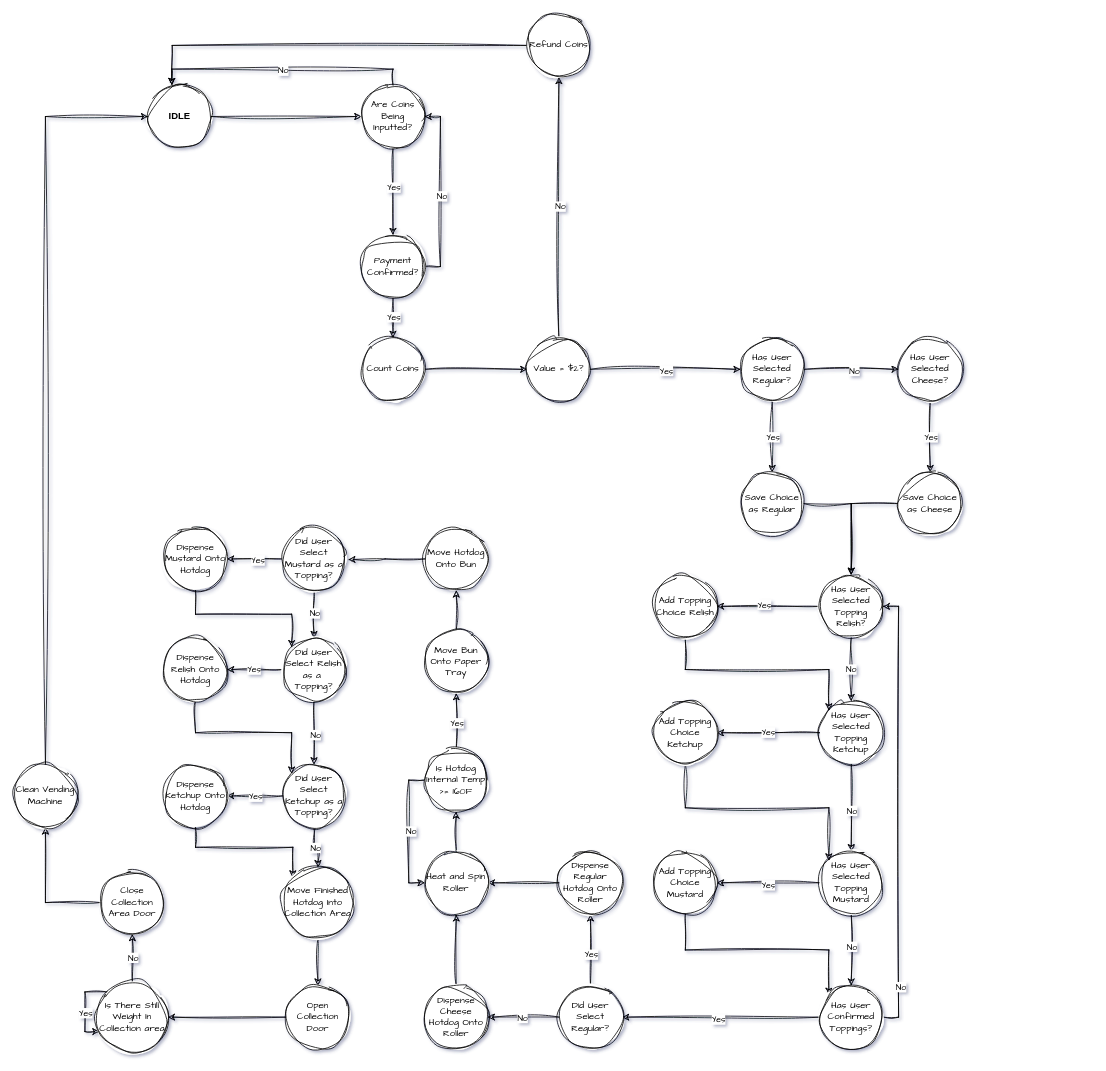
The draw.io diagram FSM.drawio in Hepodon/22204Phoenix, before the edit. Source tidied: cells renumbered, new cells numbered last; positions are measured from the earlier drawing's top-left corner, leaving out a move shared by most shapes. Both pictures are drawn from the tidied source at 79%, with x=0, y=0 at pixel (13, 13).
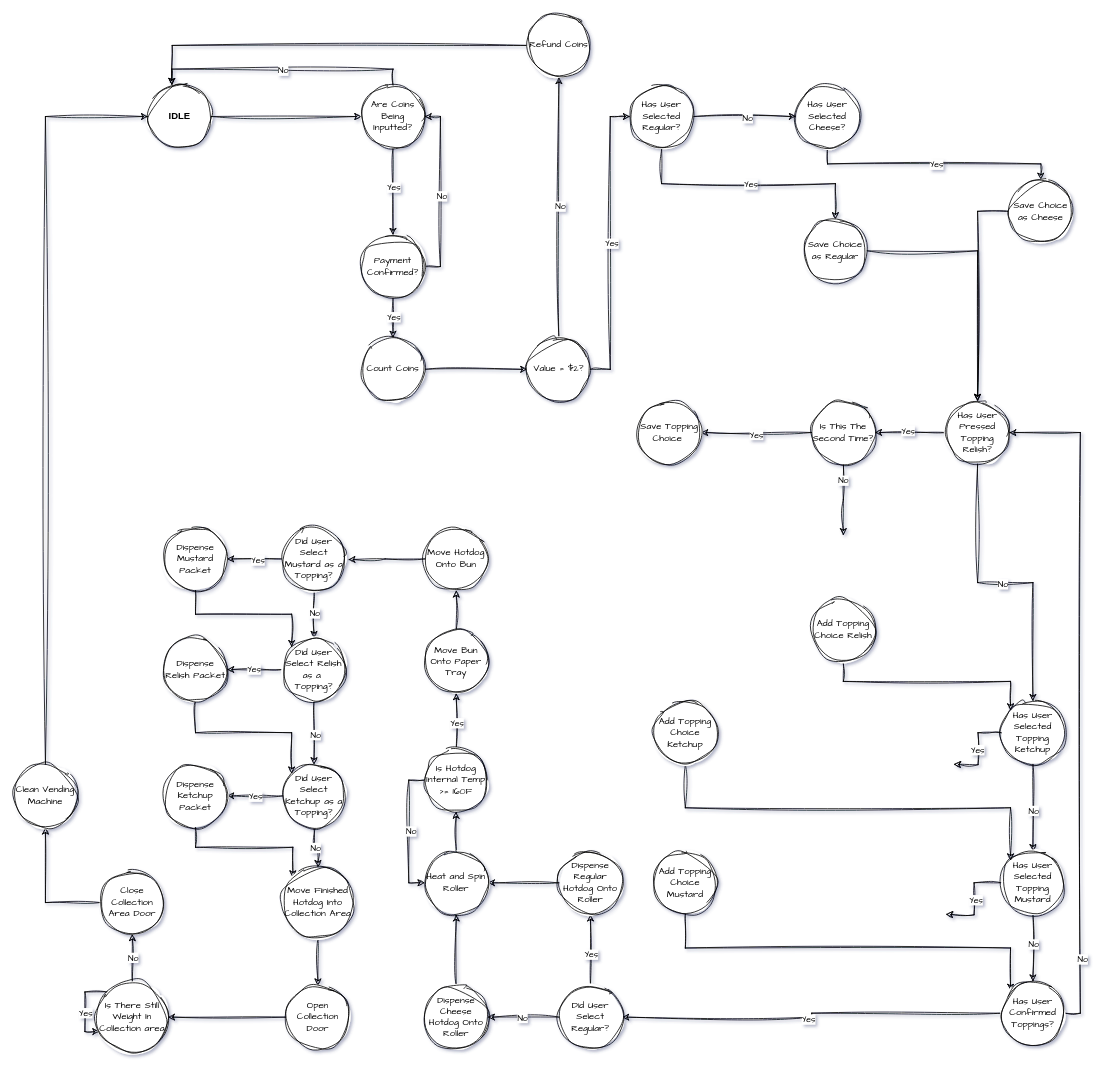
The same diagram, later.

The change refers to these unchanged cells:
```xml
<mxCell id="53" value="Add Topping Choice Ketchup" style="ellipse;whiteSpace=wrap;html=1;sketch=1;hachureGap=4;jiggle=2;curveFitting=1;fontFamily=Architects Daughter;" parent="1" vertex="1">
  <mxGeometry x="810" y="870" width="80" height="80" as="geometry" />
</mxCell>
<mxCell id="55" value="Add Topping Choice Mustard" style="ellipse;whiteSpace=wrap;html=1;sketch=1;hachureGap=4;jiggle=2;curveFitting=1;fontFamily=Architects Daughter;" parent="1" vertex="1">
  <mxGeometry x="810" y="1060" width="80" height="80" as="geometry" />
</mxCell>
```

What changed in the source:
```diff
@@
     <mxCell id="27" value="Has User Selected Regular?" style="ellipse;whiteSpace=wrap;html=1;sketch=1;hachureGap=4;jiggle=2;curveFitting=1;fontFamily=Architects Daughter;" parent="1" vertex="1">
-      <mxGeometry x="920" y="410" width="80" height="80" as="geometry" />
+      <mxGeometry x="780" y="90" width="80" height="80" as="geometry" />
     </mxCell>
@@
     <mxCell id="30" value="Has User Selected Cheese?" style="ellipse;whiteSpace=wrap;html=1;sketch=1;hachureGap=4;jiggle=2;curveFitting=1;fontFamily=Architects Daughter;" parent="1" vertex="1">
-      <mxGeometry x="1120" y="410" width="80" height="80" as="geometry" />
+      <mxGeometry x="990" y="90" width="80" height="80" as="geometry" />
     </mxCell>
@@
     <mxCell id="32" value="Save Choice as Regular" style="ellipse;whiteSpace=wrap;html=1;sketch=1;hachureGap=4;jiggle=2;curveFitting=1;fontFamily=Architects Daughter;" parent="1" vertex="1">
-      <mxGeometry x="920" y="580" width="80" height="80" as="geometry" />
+      <mxGeometry x="1000" y="260" width="80" height="80" as="geometry" />
     </mxCell>
@@
     <mxCell id="34" value="Save Choice as Cheese" style="ellipse;whiteSpace=wrap;html=1;sketch=1;hachureGap=4;jiggle=2;curveFitting=1;fontFamily=Architects Daughter;" parent="1" vertex="1">
-      <mxGeometry x="1120" y="580" width="80" height="80" as="geometry" />
+      <mxGeometry x="1260" y="210" width="80" height="80" as="geometry" />
     </mxCell>
-    <mxCell id="35" style="edgeStyle=orthogonalEdgeStyle;rounded=0;sketch=1;hachureGap=4;jiggle=2;curveFitting=1;jettySize=auto;html=1;exitX=0;exitY=0.5;exitDx=0;exitDy=0;entryX=1;entryY=0.5;entryDx=0;entryDy=0;fontFamily=Architects Daughter;" parent="1" edge="1" source="39" target="41">
+    <mxCell id="35" style="edgeStyle=orthogonalEdgeStyle;rounded=0;sketch=1;hachureGap=4;jiggle=2;curveFitting=1;jettySize=auto;html=1;exitX=0;exitY=0.5;exitDx=0;exitDy=0;fontFamily=Architects Daughter;entryX=1;entryY=0.5;entryDx=0;entryDy=0;" parent="1" edge="1" source="39" target="119">
       <mxGeometry relative="1" as="geometry" />
     </mxCell>
@@
-    <mxCell id="39" value="Has User Selected Topping Relish?" style="ellipse;whiteSpace=wrap;html=1;sketch=1;hachureGap=4;jiggle=2;curveFitting=1;fontFamily=Architects Daughter;" parent="1" vertex="1">
-      <mxGeometry x="1020" y="710" width="80" height="80" as="geometry" />
+    <mxCell id="39" value="Has User Pressed Topping Relish?" style="ellipse;whiteSpace=wrap;html=1;sketch=1;hachureGap=4;jiggle=2;curveFitting=1;fontFamily=Architects Daughter;" parent="1" vertex="1">
+      <mxGeometry x="1180" y="490" width="80" height="80" as="geometry" />
     </mxCell>
@@
     <mxCell id="41" value="Add Topping Choice Relish" style="ellipse;whiteSpace=wrap;html=1;sketch=1;hachureGap=4;jiggle=2;curveFitting=1;fontFamily=Architects Daughter;" parent="1" vertex="1">
-      <mxGeometry x="810" y="710" width="80" height="80" as="geometry" />
+      <mxGeometry x="1010" y="740" width="80" height="80" as="geometry" />
     </mxCell>
@@
-    <mxCell id="44" style="edgeStyle=orthogonalEdgeStyle;rounded=0;sketch=1;hachureGap=4;jiggle=2;curveFitting=1;jettySize=auto;html=1;exitX=0;exitY=0.5;exitDx=0;exitDy=0;entryX=1;entryY=0.5;entryDx=0;entryDy=0;fontFamily=Architects Daughter;" parent="1" edge="1" source="46" target="53">
-      <mxGeometry relative="1" as="geometry" />
+    <mxCell id="44" style="edgeStyle=orthogonalEdgeStyle;rounded=0;sketch=1;hachureGap=4;jiggle=2;curveFitting=1;jettySize=auto;html=1;exitX=0;exitY=0.5;exitDx=0;exitDy=0;fontFamily=Architects Daughter;" parent="1" edge="1" source="46">
+      <mxGeometry relative="1" as="geometry">
+        <mxPoint x="1190" y="950" as="targetPoint" />
+      </mxGeometry>
     </mxCell>
@@
     <mxCell id="46" value="Has User Selected Topping Ketchup" style="ellipse;whiteSpace=wrap;html=1;sketch=1;hachureGap=4;jiggle=2;curveFitting=1;fontFamily=Architects Daughter;" parent="1" vertex="1">
-      <mxGeometry x="1020" y="870" width="80" height="80" as="geometry" />
+      <mxGeometry x="1250" y="870" width="80" height="80" as="geometry" />
     </mxCell>
-    <mxCell id="47" style="edgeStyle=orthogonalEdgeStyle;rounded=0;sketch=1;hachureGap=4;jiggle=2;curveFitting=1;jettySize=auto;html=1;exitX=0;exitY=0.5;exitDx=0;exitDy=0;entryX=1;entryY=0.5;entryDx=0;entryDy=0;fontFamily=Architects Daughter;" parent="1" edge="1" source="51" target="55">
-      <mxGeometry relative="1" as="geometry" />
+    <mxCell id="47" style="edgeStyle=orthogonalEdgeStyle;rounded=0;sketch=1;hachureGap=4;jiggle=2;curveFitting=1;jettySize=auto;html=1;exitX=0;exitY=0.5;exitDx=0;exitDy=0;fontFamily=Architects Daughter;" parent="1" edge="1" source="51">
+      <mxGeometry relative="1" as="geometry">
+        <mxPoint x="1180" y="1140" as="targetPoint" />
+      </mxGeometry>
     </mxCell>
@@
     <mxCell id="51" value="Has User Selected Topping Mustard" style="ellipse;whiteSpace=wrap;html=1;sketch=1;hachureGap=4;jiggle=2;curveFitting=1;fontFamily=Architects Daughter;" parent="1" vertex="1">
-      <mxGeometry x="1020" y="1060" width="80" height="80" as="geometry" />
+      <mxGeometry x="1250" y="1060" width="80" height="80" as="geometry" />
     </mxCell>
@@
     <mxCell id="60" value="Has User Confirmed Toppings?" style="ellipse;whiteSpace=wrap;html=1;sketch=1;hachureGap=4;jiggle=2;curveFitting=1;fontFamily=Architects Daughter;" parent="1" vertex="1">
-      <mxGeometry x="1020" y="1230" width="80" height="80" as="geometry" />
+      <mxGeometry x="1250" y="1225" width="80" height="80" as="geometry" />
     </mxCell>
@@
-    <mxCell id="92" value="Dispense Mustard Onto Hotdog" style="ellipse;whiteSpace=wrap;html=1;sketch=1;hachureGap=4;jiggle=2;curveFitting=1;fontFamily=Architects Daughter;" parent="1" vertex="1">
+    <mxCell id="92" value="Dispense Mustard Packet" style="ellipse;whiteSpace=wrap;html=1;sketch=1;hachureGap=4;jiggle=2;curveFitting=1;fontFamily=Architects Daughter;" parent="1" vertex="1">
       <mxGeometry x="190" y="650" width="80" height="80" as="geometry" />
     </mxCell>
@@
-    <mxCell id="94" value="Dispense Relish Onto Hotdog" style="ellipse;whiteSpace=wrap;html=1;sketch=1;hachureGap=4;jiggle=2;curveFitting=1;fontFamily=Architects Daughter;" parent="1" vertex="1">
+    <mxCell id="94" value="Dispense Relish Packet" style="ellipse;whiteSpace=wrap;html=1;sketch=1;hachureGap=4;jiggle=2;curveFitting=1;fontFamily=Architects Daughter;" parent="1" vertex="1">
       <mxGeometry x="190" y="790" width="80" height="80" as="geometry" />
     </mxCell>
@@
-    <mxCell id="101" value="Dispense Ketchup Onto Hotdog" style="ellipse;whiteSpace=wrap;html=1;sketch=1;hachureGap=4;jiggle=2;curveFitting=1;fontFamily=Architects Daughter;" parent="1" vertex="1">
+    <mxCell id="101" value="Dispense Ketchup Packet" style="ellipse;whiteSpace=wrap;html=1;sketch=1;hachureGap=4;jiggle=2;curveFitting=1;fontFamily=Architects Daughter;" parent="1" vertex="1">
       <mxGeometry x="190" y="950" width="80" height="80" as="geometry" />
     </mxCell>
@@
+    <mxCell id="115" style="edgeStyle=orthogonalEdgeStyle;rounded=0;sketch=1;hachureGap=4;jiggle=2;curveFitting=1;jettySize=auto;html=1;exitX=0.5;exitY=1;exitDx=0;exitDy=0;fontFamily=Architects Daughter;" parent="1" edge="1" source="119">
+      <mxGeometry relative="1" as="geometry">
+        <mxPoint x="1050" y="660" as="targetPoint" />
+      </mxGeometry>
+    </mxCell>
+    <mxCell id="116" value="No" style="edgeLabel;html=1;align=center;verticalAlign=middle;sketch=1;hachureGap=4;jiggle=2;curveFitting=1;fontFamily=Architects Daughter;" parent="115" vertex="1">
+      <mxGeometry x="-0.56" y="-1" relative="1" as="geometry" />
+    </mxCell>
+    <mxCell id="117" style="edgeStyle=orthogonalEdgeStyle;rounded=0;sketch=1;hachureGap=4;jiggle=2;curveFitting=1;jettySize=auto;html=1;exitX=0;exitY=0.5;exitDx=0;exitDy=0;entryX=1;entryY=0.5;entryDx=0;entryDy=0;fontFamily=Architects Daughter;" parent="1" edge="1" source="119" target="120">
+      <mxGeometry relative="1" as="geometry" />
+    </mxCell>
+    <mxCell id="118" value="Yes" style="edgeLabel;html=1;align=center;verticalAlign=middle;sketch=1;hachureGap=4;jiggle=2;curveFitting=1;fontFamily=Architects Daughter;" parent="117" vertex="1">
+      <mxGeometry x="0.02" y="2" relative="1" as="geometry" />
+    </mxCell>
+    <mxCell id="119" value="Is This The Second Time?" style="ellipse;whiteSpace=wrap;html=1;sketch=1;hachureGap=4;jiggle=2;curveFitting=1;fontFamily=Architects Daughter;" parent="1" vertex="1">
+      <mxGeometry x="1010" y="490" width="80" height="80" as="geometry" />
+    </mxCell>
+    <mxCell id="120" value="Save Topping Choice&amp;nbsp;" style="ellipse;whiteSpace=wrap;html=1;sketch=1;hachureGap=4;jiggle=2;curveFitting=1;fontFamily=Architects Daughter;" parent="1" vertex="1">
+      <mxGeometry x="790" y="490" width="80" height="80" as="geometry" />
+    </mxCell>
```
